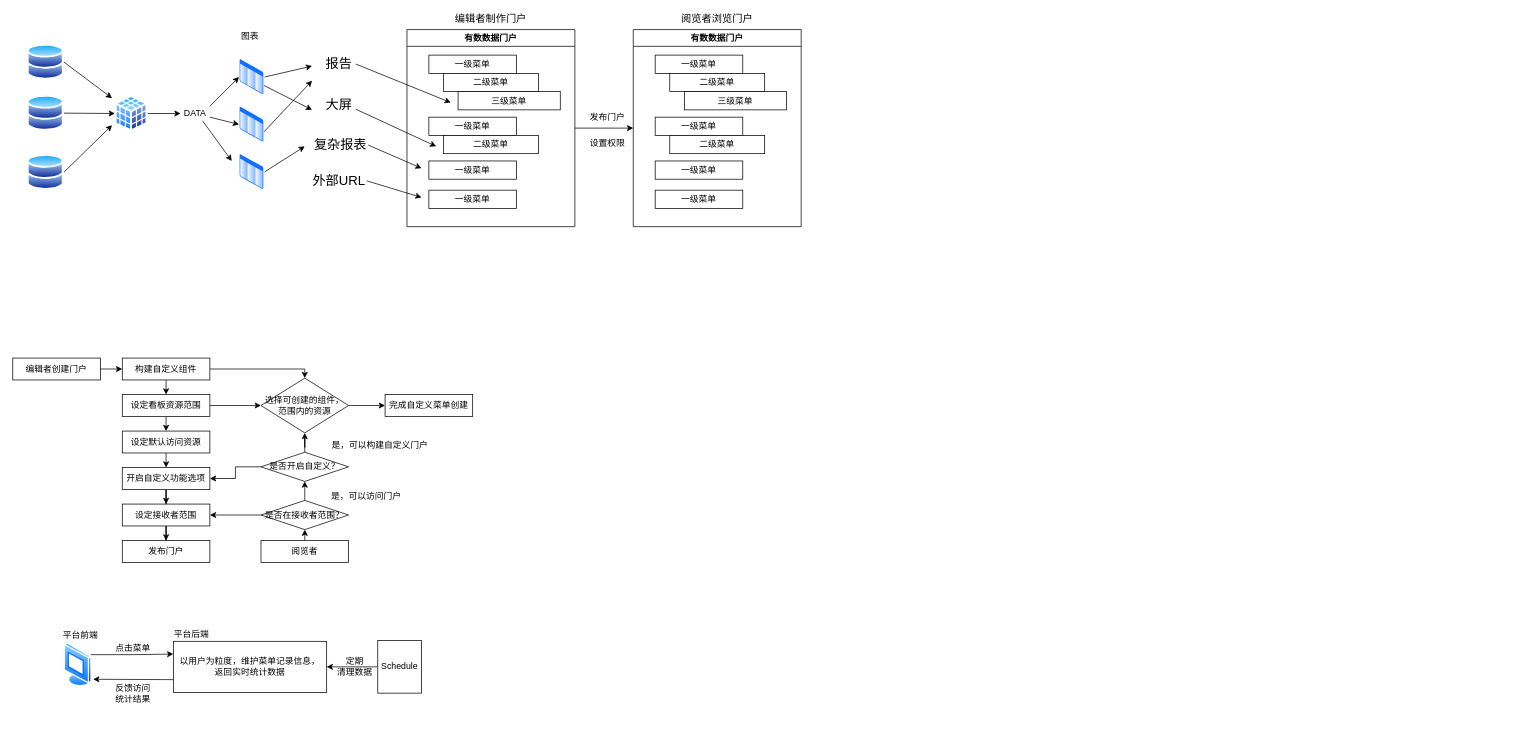
fangminXu/diagramsForJava keeps this draw.io diagram as 有数转正答辩整理.drawio. Above is the earlier version. Source tidied: cells renumbered, new cells numbered last; positions are measured from the earlier drawing's top-left corner, leaving out a move shared by most shapes. Both pictures are drawn from the tidied source at 73%, with x=0, y=0 at pixel (12, 15).
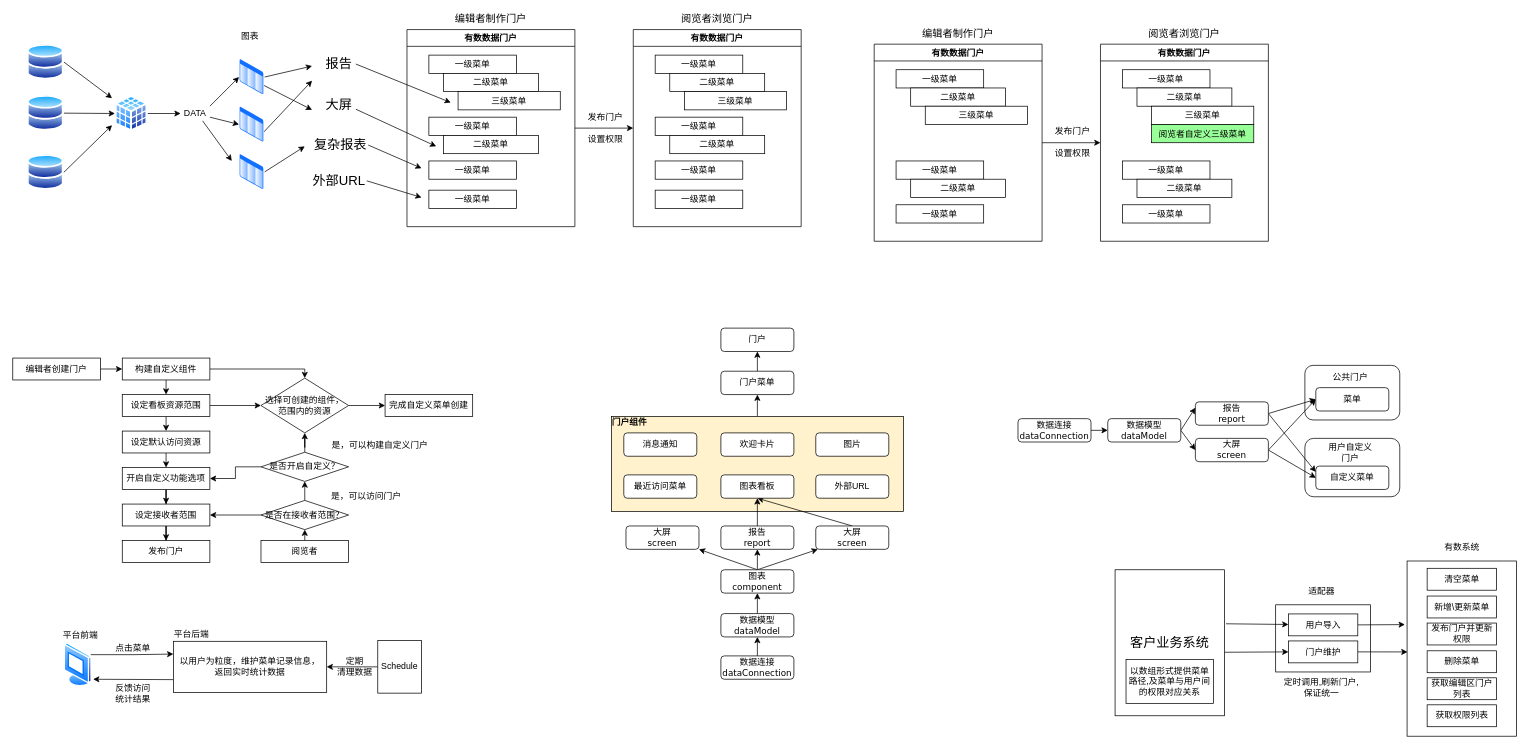
The same diagram, later.

Commit message:
更新有数转正答辩整理.drawio

The edit, as a diff of the source:
```diff
@@
+    <mxCell id="90" style="rounded=0;whiteSpace=wrap;html=1;fillColor=#FFFFFF;" parent="1" vertex="1">
+      <mxGeometry x="1730" y="808" width="130" height="92" as="geometry" />
+    </mxCell>
+    <mxCell id="91" value="&lt;div style=&quot;text-align: left&quot;&gt;&lt;br&gt;&lt;/div&gt;" style="rounded=1;whiteSpace=wrap;html=1;" parent="1" vertex="1">
+      <mxGeometry x="1770" y="580" width="130" height="80" as="geometry" />
+    </mxCell>
+    <mxCell id="92" value="&lt;div style=&quot;text-align: left&quot;&gt;&lt;br&gt;&lt;/div&gt;" style="rounded=1;whiteSpace=wrap;html=1;" parent="1" vertex="1">
+      <mxGeometry x="1770" y="480" width="130" height="74.8" as="geometry" />
+    </mxCell>
+    <mxCell id="93" style="edgeStyle=none;rounded=0;jettySize=auto;html=1;exitX=0.5;exitY=0;exitDx=0;exitDy=0;entryX=0.5;entryY=1;entryDx=0;entryDy=0;" parent="1" edge="1" source="94" target="114">
+      <mxGeometry relative="1" as="geometry" />
+    </mxCell>
+    <mxCell id="94" style="rounded=0;whiteSpace=wrap;html=1;fillColor=#FFF2CC;" parent="1" vertex="1">
+      <mxGeometry x="820" y="550" width="400" height="130" as="geometry" />
+    </mxCell>
@@
     <mxCell id="48" value="发布门户" style="text;html=1;strokeColor=none;fillColor=none;align=center;verticalAlign=middle;whiteSpace=wrap;rounded=0;" parent="1" vertex="1">
-      <mxGeometry x="790" y="130" width="50" height="20" as="geometry" />
+      <mxGeometry x="787" y="130" width="50" height="20" as="geometry" />
     </mxCell>
     <mxCell id="49" value="设置权限" style="text;html=1;strokeColor=none;fillColor=none;align=center;verticalAlign=middle;whiteSpace=wrap;rounded=0;" parent="1" vertex="1">
-      <mxGeometry x="790" y="165.5" width="50" height="20" as="geometry" />
+      <mxGeometry x="787" y="160" width="50" height="20" as="geometry" />
     </mxCell>
@@
+    <mxCell id="95" style="edgeStyle=orthogonalEdgeStyle;rounded=0;jettySize=auto;html=1;exitX=0.5;exitY=0;exitDx=0;exitDy=0;entryX=0.5;entryY=1;entryDx=0;entryDy=0;" parent="1" edge="1" source="96" target="98">
+      <mxGeometry relative="1" as="geometry" />
+    </mxCell>
+    <mxCell id="96" value="数据连接&lt;br&gt;&lt;font face=&quot;Verdana&quot;&gt;dataConnection&lt;/font&gt;" style="rounded=1;whiteSpace=wrap;html=1;" parent="1" vertex="1">
+      <mxGeometry x="970" y="878" width="100" height="32" as="geometry" />
+    </mxCell>
+    <mxCell id="97" style="edgeStyle=orthogonalEdgeStyle;rounded=0;jettySize=auto;html=1;exitX=0.5;exitY=0;exitDx=0;exitDy=0;entryX=0.5;entryY=1;entryDx=0;entryDy=0;" parent="1" edge="1" source="98" target="102">
+      <mxGeometry relative="1" as="geometry" />
+    </mxCell>
+    <mxCell id="98" value="数据模型&lt;br&gt;&lt;font face=&quot;Verdana&quot;&gt;dataModel&lt;/font&gt;" style="rounded=1;whiteSpace=wrap;html=1;" parent="1" vertex="1">
+      <mxGeometry x="970" y="820" width="100" height="32" as="geometry" />
+    </mxCell>
+    <mxCell id="99" style="edgeStyle=orthogonalEdgeStyle;rounded=0;jettySize=auto;html=1;exitX=0.5;exitY=0;exitDx=0;exitDy=0;entryX=0.5;entryY=1;entryDx=0;entryDy=0;" parent="1" edge="1" source="102" target="104">
+      <mxGeometry relative="1" as="geometry" />
+    </mxCell>
+    <mxCell id="100" style="rounded=0;jettySize=auto;html=1;exitX=0.5;exitY=0;exitDx=0;exitDy=0;" parent="1" edge="1" source="102" target="106">
+      <mxGeometry relative="1" as="geometry" />
+    </mxCell>
+    <mxCell id="101" style="edgeStyle=none;rounded=0;jettySize=auto;html=1;exitX=0.5;exitY=0;exitDx=0;exitDy=0;entryX=1;entryY=1;entryDx=0;entryDy=0;" parent="1" edge="1" source="102" target="107">
+      <mxGeometry relative="1" as="geometry" />
+    </mxCell>
+    <mxCell id="102" value="图表&lt;br&gt;&lt;font face=&quot;Verdana&quot;&gt;component&lt;/font&gt;" style="rounded=1;whiteSpace=wrap;html=1;" parent="1" vertex="1">
+      <mxGeometry x="970" y="760" width="100" height="32" as="geometry" />
+    </mxCell>
+    <mxCell id="103" style="edgeStyle=none;rounded=0;jettySize=auto;html=1;exitX=0.5;exitY=0;exitDx=0;exitDy=0;entryX=0.5;entryY=1;entryDx=0;entryDy=0;" parent="1" edge="1" source="104" target="110">
+      <mxGeometry relative="1" as="geometry" />
+    </mxCell>
+    <mxCell id="104" value="报告&lt;br&gt;&lt;font face=&quot;Verdana&quot;&gt;report&lt;/font&gt;" style="rounded=1;whiteSpace=wrap;html=1;" parent="1" vertex="1">
+      <mxGeometry x="970" y="700" width="100" height="32" as="geometry" />
+    </mxCell>
+    <mxCell id="105" style="edgeStyle=none;rounded=0;jettySize=auto;html=1;exitX=0.5;exitY=0;exitDx=0;exitDy=0;entryX=0.5;entryY=1;entryDx=0;entryDy=0;" parent="1" edge="1" source="106" target="110">
+      <mxGeometry relative="1" as="geometry" />
+    </mxCell>
+    <mxCell id="106" value="大屏&lt;br&gt;&lt;font face=&quot;Verdana&quot;&gt;screen&lt;/font&gt;" style="rounded=1;whiteSpace=wrap;html=1;" parent="1" vertex="1">
+      <mxGeometry x="1100" y="700" width="100" height="32" as="geometry" />
+    </mxCell>
+    <mxCell id="107" value="大屏&lt;br&gt;&lt;font face=&quot;Verdana&quot;&gt;screen&lt;/font&gt;" style="rounded=1;whiteSpace=wrap;html=1;" parent="1" vertex="1">
+      <mxGeometry x="840" y="700" width="100" height="32" as="geometry" />
+    </mxCell>
+    <mxCell id="108" value="最近访问菜单" style="rounded=1;whiteSpace=wrap;html=1;" parent="1" vertex="1">
+      <mxGeometry x="837" y="630" width="100" height="32" as="geometry" />
+    </mxCell>
+    <mxCell id="109" value="外部URL" style="rounded=1;whiteSpace=wrap;html=1;" parent="1" vertex="1">
+      <mxGeometry x="1100" y="630" width="100" height="32" as="geometry" />
+    </mxCell>
+    <mxCell id="110" value="图表看板" style="rounded=1;whiteSpace=wrap;html=1;" parent="1" vertex="1">
+      <mxGeometry x="970" y="630" width="100" height="32" as="geometry" />
+    </mxCell>
+    <mxCell id="111" value="消息通知" style="rounded=1;whiteSpace=wrap;html=1;" parent="1" vertex="1">
+      <mxGeometry x="837" y="572.5" width="100" height="32" as="geometry" />
+    </mxCell>
+    <mxCell id="112" value="欢迎卡片" style="rounded=1;whiteSpace=wrap;html=1;" parent="1" vertex="1">
+      <mxGeometry x="970" y="572.5" width="100" height="32" as="geometry" />
+    </mxCell>
+    <mxCell id="113" style="edgeStyle=none;rounded=0;jettySize=auto;html=1;exitX=0.5;exitY=0;exitDx=0;exitDy=0;" parent="1" edge="1" source="114" target="115">
+      <mxGeometry relative="1" as="geometry" />
+    </mxCell>
+    <mxCell id="114" value="门户菜单" style="rounded=1;whiteSpace=wrap;html=1;" parent="1" vertex="1">
+      <mxGeometry x="970" y="488" width="100" height="32" as="geometry" />
+    </mxCell>
+    <mxCell id="115" value="门户" style="rounded=1;whiteSpace=wrap;html=1;" parent="1" vertex="1">
+      <mxGeometry x="970" y="429" width="100" height="32" as="geometry" />
+    </mxCell>
+    <mxCell id="116" value="图片" style="rounded=1;whiteSpace=wrap;html=1;" parent="1" vertex="1">
+      <mxGeometry x="1100" y="572.5" width="100" height="32" as="geometry" />
+    </mxCell>
+    <mxCell id="117" value="&lt;b&gt;门户组件&lt;/b&gt;" style="text;html=1;strokeColor=none;fillColor=none;align=center;verticalAlign=middle;whiteSpace=wrap;rounded=0;" parent="1" vertex="1">
+      <mxGeometry x="820" y="542.5" width="50" height="30" as="geometry" />
+    </mxCell>
+    <mxCell id="118" style="edgeStyle=none;rounded=0;jettySize=auto;html=1;exitX=1;exitY=0.5;exitDx=0;exitDy=0;entryX=0;entryY=0.5;entryDx=0;entryDy=0;" parent="1" edge="1" source="119" target="127">
+      <mxGeometry relative="1" as="geometry" />
+    </mxCell>
+    <mxCell id="119" value="有数数据门户" style="swimlane;" parent="1" vertex="1">
+      <mxGeometry x="1180" y="40" width="230" height="270" as="geometry" />
+    </mxCell>
+    <mxCell id="120" value="一级菜单" style="rounded=0;whiteSpace=wrap;html=1;" parent="119" vertex="1">
+      <mxGeometry x="30" y="35" width="120" height="25" as="geometry" />
+    </mxCell>
+    <mxCell id="121" value="一级菜单" style="rounded=0;whiteSpace=wrap;html=1;" parent="119" vertex="1">
+      <mxGeometry x="30" y="160" width="120" height="25" as="geometry" />
+    </mxCell>
+    <mxCell id="122" value="一级菜单" style="rounded=0;whiteSpace=wrap;html=1;" parent="119" vertex="1">
+      <mxGeometry x="30" y="220" width="120" height="25" as="geometry" />
+    </mxCell>
+    <mxCell id="123" value="二级菜单" style="rounded=0;whiteSpace=wrap;html=1;" parent="119" vertex="1">
+      <mxGeometry x="50" y="60" width="130" height="25" as="geometry" />
+    </mxCell>
+    <mxCell id="124" value="三级菜单" style="rounded=0;whiteSpace=wrap;html=1;" parent="119" vertex="1">
+      <mxGeometry x="70" y="85" width="140" height="25" as="geometry" />
+    </mxCell>
+    <mxCell id="125" value="二级菜单" style="rounded=0;whiteSpace=wrap;html=1;" parent="119" vertex="1">
+      <mxGeometry x="50" y="185" width="130" height="25" as="geometry" />
+    </mxCell>
+    <mxCell id="126" value="&lt;font style=&quot;font-size: 14px&quot;&gt;编辑者制作门户&lt;/font&gt;" style="text;html=1;strokeColor=none;fillColor=none;align=center;verticalAlign=middle;whiteSpace=wrap;rounded=0;" parent="1" vertex="1">
+      <mxGeometry x="1235" y="20" width="120" height="10" as="geometry" />
+    </mxCell>
+    <mxCell id="127" value="有数数据门户" style="swimlane;" parent="1" vertex="1">
+      <mxGeometry x="1490" y="40" width="230" height="270" as="geometry" />
+    </mxCell>
+    <mxCell id="128" value="一级菜单" style="rounded=0;whiteSpace=wrap;html=1;" parent="127" vertex="1">
+      <mxGeometry x="30" y="35" width="120" height="25" as="geometry" />
+    </mxCell>
+    <mxCell id="129" value="一级菜单" style="rounded=0;whiteSpace=wrap;html=1;" parent="127" vertex="1">
+      <mxGeometry x="30" y="160" width="120" height="25" as="geometry" />
+    </mxCell>
+    <mxCell id="130" value="一级菜单" style="rounded=0;whiteSpace=wrap;html=1;" parent="127" vertex="1">
+      <mxGeometry x="30" y="220" width="120" height="25" as="geometry" />
+    </mxCell>
+    <mxCell id="131" value="二级菜单" style="rounded=0;whiteSpace=wrap;html=1;" parent="127" vertex="1">
+      <mxGeometry x="50" y="60" width="130" height="25" as="geometry" />
+    </mxCell>
+    <mxCell id="132" value="三级菜单" style="rounded=0;whiteSpace=wrap;html=1;" parent="127" vertex="1">
+      <mxGeometry x="70" y="85" width="140" height="25" as="geometry" />
+    </mxCell>
+    <mxCell id="133" value="二级菜单" style="rounded=0;whiteSpace=wrap;html=1;" parent="127" vertex="1">
+      <mxGeometry x="50" y="185" width="130" height="25" as="geometry" />
+    </mxCell>
+    <mxCell id="134" value="阅览者自定义三级菜单" style="rounded=0;whiteSpace=wrap;html=1;fillColor=#99FF99;" parent="127" vertex="1">
+      <mxGeometry x="70" y="110" width="140" height="25" as="geometry" />
+    </mxCell>
+    <mxCell id="135" value="发布门户" style="text;html=1;strokeColor=none;fillColor=none;align=center;verticalAlign=middle;whiteSpace=wrap;rounded=0;" parent="1" vertex="1">
+      <mxGeometry x="1427" y="150" width="50" height="20" as="geometry" />
+    </mxCell>
+    <mxCell id="136" value="设置权限" style="text;html=1;strokeColor=none;fillColor=none;align=center;verticalAlign=middle;whiteSpace=wrap;rounded=0;" parent="1" vertex="1">
+      <mxGeometry x="1427" y="180" width="50" height="20" as="geometry" />
+    </mxCell>
+    <mxCell id="137" value="&lt;font style=&quot;font-size: 14px&quot;&gt;阅览者浏览门户&lt;/font&gt;" style="text;html=1;strokeColor=none;fillColor=none;align=center;verticalAlign=middle;whiteSpace=wrap;rounded=0;" parent="1" vertex="1">
+      <mxGeometry x="1545" y="20" width="120" height="10" as="geometry" />
+    </mxCell>
+    <mxCell id="138" style="edgeStyle=none;rounded=0;jettySize=auto;html=1;exitX=1;exitY=0.5;exitDx=0;exitDy=0;entryX=0;entryY=0.5;entryDx=0;entryDy=0;" parent="1" edge="1" source="140" target="149">
+      <mxGeometry relative="1" as="geometry" />
+    </mxCell>
+    <mxCell id="139" style="edgeStyle=none;rounded=0;jettySize=auto;html=1;exitX=1;exitY=0.5;exitDx=0;exitDy=0;entryX=0;entryY=0.25;entryDx=0;entryDy=0;" parent="1" edge="1" source="140" target="150">
+      <mxGeometry relative="1" as="geometry" />
+    </mxCell>
+    <mxCell id="140" value="报告&lt;br&gt;&lt;font face=&quot;Verdana&quot;&gt;report&lt;/font&gt;" style="rounded=1;whiteSpace=wrap;html=1;" parent="1" vertex="1">
+      <mxGeometry x="1620" y="530" width="100" height="32" as="geometry" />
+    </mxCell>
+    <mxCell id="141" style="edgeStyle=none;rounded=0;jettySize=auto;html=1;exitX=1;exitY=0.5;exitDx=0;exitDy=0;entryX=0;entryY=0.5;entryDx=0;entryDy=0;" parent="1" edge="1" source="143" target="149">
+      <mxGeometry relative="1" as="geometry" />
+    </mxCell>
+    <mxCell id="142" style="edgeStyle=none;rounded=0;jettySize=auto;html=1;exitX=1;exitY=0.5;exitDx=0;exitDy=0;entryX=0;entryY=0.5;entryDx=0;entryDy=0;" parent="1" edge="1" source="143" target="150">
+      <mxGeometry relative="1" as="geometry" />
+    </mxCell>
+    <mxCell id="143" value="大屏&lt;br&gt;&lt;font face=&quot;Verdana&quot;&gt;screen&lt;/font&gt;" style="rounded=1;whiteSpace=wrap;html=1;" parent="1" vertex="1">
+      <mxGeometry x="1620" y="580" width="100" height="32" as="geometry" />
+    </mxCell>
+    <mxCell id="144" style="edgeStyle=none;rounded=0;jettySize=auto;html=1;exitX=1;exitY=0.5;exitDx=0;exitDy=0;entryX=0;entryY=0.25;entryDx=0;entryDy=0;" parent="1" edge="1" source="146" target="140">
+      <mxGeometry relative="1" as="geometry" />
+    </mxCell>
+    <mxCell id="145" style="edgeStyle=none;rounded=0;jettySize=auto;html=1;exitX=1;exitY=0.5;exitDx=0;exitDy=0;entryX=0;entryY=0.5;entryDx=0;entryDy=0;" parent="1" edge="1" source="146" target="143">
+      <mxGeometry relative="1" as="geometry" />
+    </mxCell>
+    <mxCell id="146" value="数据模型&lt;br&gt;&lt;font face=&quot;Verdana&quot;&gt;dataModel&lt;/font&gt;" style="rounded=1;whiteSpace=wrap;html=1;" parent="1" vertex="1">
+      <mxGeometry x="1500" y="553" width="100" height="32" as="geometry" />
+    </mxCell>
+    <mxCell id="147" style="edgeStyle=none;rounded=0;jettySize=auto;html=1;exitX=1;exitY=0.5;exitDx=0;exitDy=0;entryX=0;entryY=0.5;entryDx=0;entryDy=0;" parent="1" edge="1" source="148" target="146">
+      <mxGeometry relative="1" as="geometry" />
+    </mxCell>
+    <mxCell id="148" value="数据连接&lt;br&gt;&lt;font face=&quot;Verdana&quot;&gt;dataConnection&lt;/font&gt;" style="rounded=1;whiteSpace=wrap;html=1;" parent="1" vertex="1">
+      <mxGeometry x="1377" y="553" width="100" height="32" as="geometry" />
+    </mxCell>
+    <mxCell id="149" value="菜单" style="rounded=1;whiteSpace=wrap;html=1;" parent="1" vertex="1">
+      <mxGeometry x="1785" y="510.5" width="100" height="32" as="geometry" />
+    </mxCell>
+    <mxCell id="150" value="自定义菜单" style="rounded=1;whiteSpace=wrap;html=1;" parent="1" vertex="1">
+      <mxGeometry x="1785" y="618" width="100" height="32" as="geometry" />
+    </mxCell>
+    <mxCell id="151" value="公共门户" style="text;html=1;strokeColor=none;fillColor=none;align=center;verticalAlign=middle;whiteSpace=wrap;rounded=0;" parent="1" vertex="1">
+      <mxGeometry x="1800" y="490" width="65" height="12" as="geometry" />
+    </mxCell>
+    <mxCell id="152" value="用户自定义门户" style="text;html=1;strokeColor=none;fillColor=none;align=center;verticalAlign=middle;whiteSpace=wrap;rounded=0;" parent="1" vertex="1">
+      <mxGeometry x="1800" y="592.5" width="65" height="12" as="geometry" />
+    </mxCell>
+    <mxCell id="153" style="edgeStyle=none;rounded=0;jettySize=auto;html=1;" parent="1" edge="1" target="159">
+      <mxGeometry relative="1" as="geometry">
+        <mxPoint x="1662" y="834" as="sourcePoint" />
+      </mxGeometry>
+    </mxCell>
+    <mxCell id="154" style="edgeStyle=none;rounded=0;jettySize=auto;html=1;entryX=0;entryY=0.5;entryDx=0;entryDy=0;" parent="1" edge="1" target="161">
+      <mxGeometry relative="1" as="geometry">
+        <mxPoint x="1660" y="873" as="sourcePoint" />
+      </mxGeometry>
+    </mxCell>
+    <mxCell id="155" value="&lt;font style=&quot;font-size: 18px&quot;&gt;客户业务系统&lt;br&gt;&lt;/font&gt;" style="rounded=0;whiteSpace=wrap;html=1;fillColor=#FFFFFF;" parent="1" vertex="1">
+      <mxGeometry x="1510" y="760" width="150" height="200" as="geometry" />
+    </mxCell>
+    <mxCell id="156" value="&lt;span&gt;以数组形式提供菜单路径,及菜单与用户间的权限对应关系&lt;/span&gt;" style="rounded=0;whiteSpace=wrap;html=1;fillColor=#FFFFFF;" parent="1" vertex="1">
+      <mxGeometry x="1525" y="883" width="120" height="60" as="geometry" />
+    </mxCell>
+    <mxCell id="157" value="适配器" style="text;html=1;strokeColor=none;fillColor=none;align=center;verticalAlign=middle;whiteSpace=wrap;rounded=0;" parent="1" vertex="1">
+      <mxGeometry x="1773" y="780" width="40" height="20" as="geometry" />
+    </mxCell>
+    <mxCell id="158" style="edgeStyle=none;rounded=0;jettySize=auto;html=1;exitX=1;exitY=0.5;exitDx=0;exitDy=0;entryX=-0.02;entryY=0.363;entryDx=0;entryDy=0;entryPerimeter=0;" parent="1" edge="1" source="159" target="162">
+      <mxGeometry relative="1" as="geometry" />
+    </mxCell>
+    <mxCell id="159" value="用户导入" style="rounded=0;whiteSpace=wrap;html=1;fillColor=#FFFFFF;" parent="1" vertex="1">
+      <mxGeometry x="1747.5" y="820.5" width="95" height="30" as="geometry" />
+    </mxCell>
+    <mxCell id="160" style="edgeStyle=none;rounded=0;jettySize=auto;html=1;exitX=1;exitY=0.5;exitDx=0;exitDy=0;entryX=0.004;entryY=0.519;entryDx=0;entryDy=0;entryPerimeter=0;" parent="1" edge="1" source="161" target="162">
+      <mxGeometry relative="1" as="geometry" />
+    </mxCell>
+    <mxCell id="161" value="门户维护" style="rounded=0;whiteSpace=wrap;html=1;fillColor=#FFFFFF;" parent="1" vertex="1">
+      <mxGeometry x="1747.5" y="857.5" width="95" height="30" as="geometry" />
+    </mxCell>
+    <mxCell id="162" value="&lt;font style=&quot;font-size: 18px&quot;&gt;&lt;br&gt;&lt;/font&gt;" style="rounded=0;whiteSpace=wrap;html=1;fillColor=#FFFFFF;" parent="1" vertex="1">
+      <mxGeometry x="1910" y="748" width="150" height="240" as="geometry" />
+    </mxCell>
+    <mxCell id="163" value="有数系统" style="text;html=1;strokeColor=none;fillColor=none;align=center;verticalAlign=middle;whiteSpace=wrap;rounded=0;" parent="1" vertex="1">
+      <mxGeometry x="1952.5" y="720" width="65" height="20" as="geometry" />
+    </mxCell>
+    <mxCell id="164" value="清空菜单" style="rounded=0;whiteSpace=wrap;html=1;fillColor=#FFFFFF;" parent="1" vertex="1">
+      <mxGeometry x="1937.5" y="758" width="95" height="30" as="geometry" />
+    </mxCell>
+    <mxCell id="165" value="新增\更新菜单" style="rounded=0;whiteSpace=wrap;html=1;fillColor=#FFFFFF;" parent="1" vertex="1">
+      <mxGeometry x="1937.5" y="796" width="95" height="30" as="geometry" />
+    </mxCell>
+    <mxCell id="166" value="发布门户并更新权限" style="rounded=0;whiteSpace=wrap;html=1;fillColor=#FFFFFF;" parent="1" vertex="1">
+      <mxGeometry x="1937.5" y="833" width="95" height="30" as="geometry" />
+    </mxCell>
+    <mxCell id="167" value="删除菜单" style="rounded=0;whiteSpace=wrap;html=1;fillColor=#FFFFFF;" parent="1" vertex="1">
+      <mxGeometry x="1937.5" y="871" width="95" height="30" as="geometry" />
+    </mxCell>
+    <mxCell id="168" value="获取编辑区门户列表" style="rounded=0;whiteSpace=wrap;html=1;fillColor=#FFFFFF;" parent="1" vertex="1">
+      <mxGeometry x="1937.5" y="908" width="95" height="30" as="geometry" />
+    </mxCell>
+    <mxCell id="169" value="获取权限列表" style="rounded=0;whiteSpace=wrap;html=1;fillColor=#FFFFFF;" parent="1" vertex="1">
+      <mxGeometry x="1937.5" y="945" width="95" height="30" as="geometry" />
+    </mxCell>
+    <mxCell id="170" value="定时调用,刷新门户,保证统一" style="text;html=1;strokeColor=none;fillColor=none;align=center;verticalAlign=middle;whiteSpace=wrap;rounded=0;" parent="1" vertex="1">
+      <mxGeometry x="1738" y="912" width="110" height="17" as="geometry" />
+    </mxCell>
```
